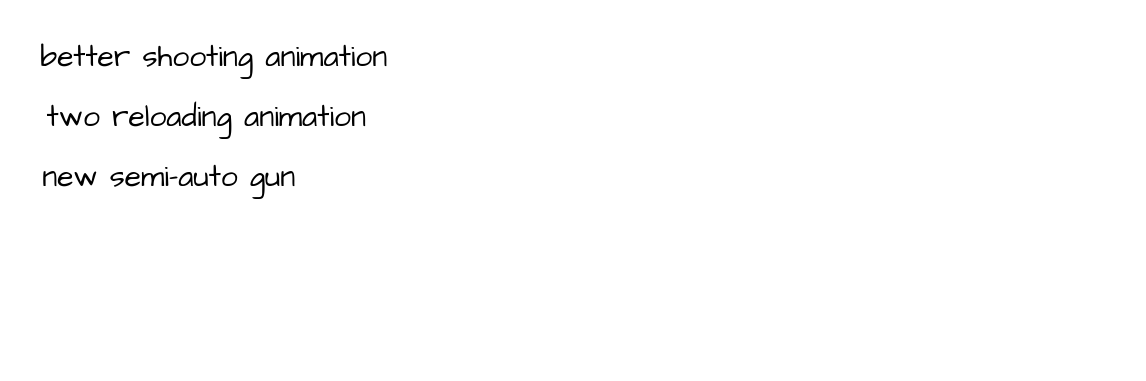
HasChad/bevy-shooting-range keeps this draw.io diagram as plans.drawio. Above is the earlier version. Source tidied: cells renumbered, new cells numbered last; positions are measured from the earlier drawing's top-left corner, leaving out a move shared by most shapes. Both pictures are drawn from the tidied source at 150%, with x=0, y=0 at pixel (26, 26).
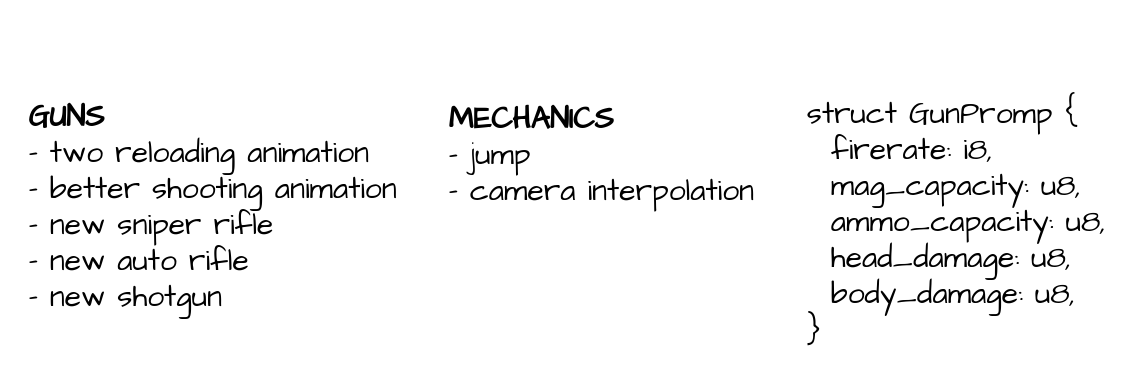
After the change.

Change to the diagram source:
```diff
@@
 <mxGraphModel>
   <root>
     <mxCell id="0" />
     <mxCell id="1" parent="0" />
-    <mxCell id="2" value="better shooting animation" style="text;html=1;align=center;verticalAlign=middle;strokeColor=none;fillColor=none;fontSize=20;fontFamily=Architects Daughter;sketch=1;hachureGap=4;jiggle=2;curveFitting=1;" parent="1" vertex="1">
-      <mxGeometry width="250" height="40" as="geometry" />
-    </mxCell>
-    <mxCell id="3" value="two reloading animation" style="text;html=1;align=center;verticalAlign=middle;strokeColor=none;fillColor=none;fontSize=20;fontFamily=Architects Daughter;sketch=1;hachureGap=4;jiggle=2;curveFitting=1;" parent="1" vertex="1">
-      <mxGeometry y="40" width="240" height="40" as="geometry" />
+    <mxCell id="3" value="&lt;b&gt;GUNS&lt;/b&gt;&lt;br&gt;- two reloading animation&lt;br&gt;- better shooting animation&lt;br&gt;- new sniper rifle&lt;br&gt;- new auto rifle&lt;br&gt;- new shotgun" style="text;html=1;align=left;verticalAlign=middle;strokeColor=none;fillColor=none;fontSize=20;fontFamily=Architects Daughter;sketch=1;hachureGap=4;jiggle=2;curveFitting=1;" parent="1" vertex="1">
+      <mxGeometry y="40" width="270" height="160" as="geometry" />
     </mxCell>
-    <mxCell id="4" value="new semi-auto gun" style="text;html=1;align=center;verticalAlign=middle;strokeColor=none;fillColor=none;fontSize=20;fontFamily=Architects Daughter;sketch=1;hachureGap=4;jiggle=2;curveFitting=1;" parent="1" vertex="1">
-      <mxGeometry y="80" width="190" height="40" as="geometry" />
-    </mxCell>
+    <mxCell id="5" value="&lt;div style=&quot;text-align: left;&quot;&gt;&lt;span style=&quot;background-color: initial;&quot;&gt;struct GunPromp {&lt;/span&gt;&lt;/div&gt;&lt;div style=&quot;text-align: left;&quot;&gt;&lt;span style=&quot;background-color: initial;&quot;&gt;&amp;nbsp; firerate: i8,&lt;/span&gt;&lt;/div&gt;&lt;div style=&quot;text-align: left;&quot;&gt;&lt;span style=&quot;background-color: initial;&quot;&gt;&amp;nbsp; mag_capacity: u8,&lt;/span&gt;&lt;/div&gt;&lt;div style=&quot;text-align: left;&quot;&gt;&lt;span style=&quot;background-color: initial;&quot;&gt;&amp;nbsp; ammo_capacity: u8,&lt;/span&gt;&lt;/div&gt;&lt;div style=&quot;text-align: left;&quot;&gt;&lt;span style=&quot;background-color: initial;&quot;&gt;&amp;nbsp; head_damage: u8,&lt;/span&gt;&lt;/div&gt;&lt;div style=&quot;text-align: left;&quot;&gt;&lt;span style=&quot;background-color: initial;&quot;&gt;&amp;nbsp; body_damage: u8,&lt;/span&gt;&lt;/div&gt;&lt;div style=&quot;text-align: left;&quot;&gt;}&lt;/div&gt;" style="text;html=1;align=center;verticalAlign=middle;strokeColor=none;fillColor=none;fontSize=20;fontFamily=Architects Daughter;sketch=1;hachureGap=4;jiggle=2;curveFitting=1;" parent="1" vertex="1">
+      <mxGeometry x="510" y="40" width="220" height="180" as="geometry" />
+    </mxCell>
+    <mxCell id="6" value="&lt;b&gt;MECHANICS&lt;/b&gt;&lt;br&gt;- jump&lt;br&gt;- camera interpolation" style="text;html=1;align=left;verticalAlign=middle;strokeColor=none;fillColor=none;fontSize=20;fontFamily=Architects Daughter;sketch=1;hachureGap=4;jiggle=2;curveFitting=1;" parent="1" vertex="1">
+      <mxGeometry x="280" y="40" width="230" height="90" as="geometry" />
+    </mxCell>
   </root>
 </mxGraphModel>
```
